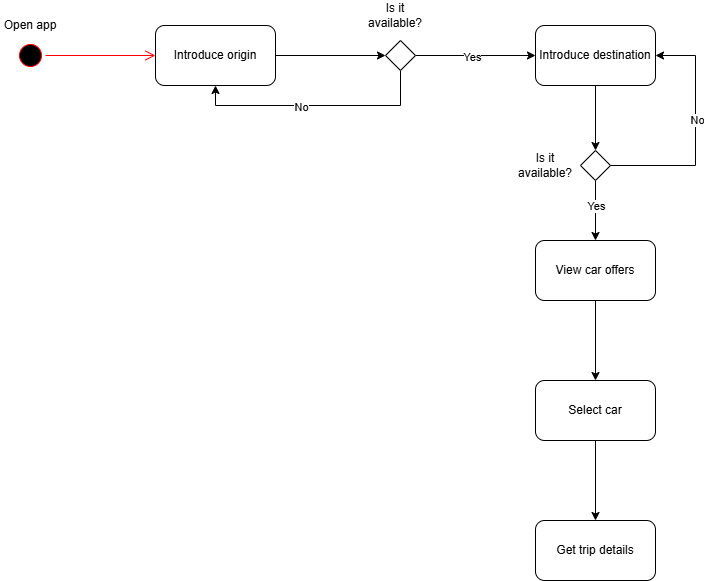
anderesor-star/pruebas keeps this draw.io diagram as pruebas/prueba8/Uber activity diagram.drawio.png. Above is the earlier version. Source tidied: cells renumbered, new cells last; positions are measured from the earlier drawing's top-left corner, leaving out a move shared by most shapes.
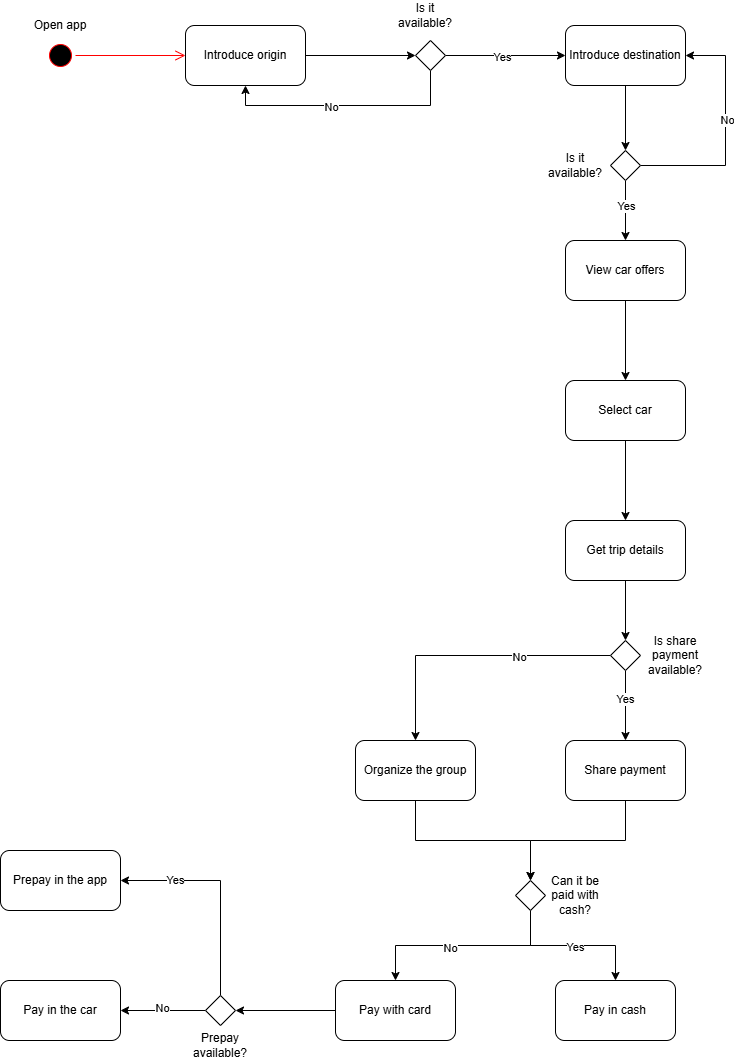
After the commit.

Change to the diagram source:
```diff
@@ -78,8 +78,92 @@
     <mxCell id="24" value="Select car" style="whiteSpace=wrap;html=1;rounded=1;" parent="1" vertex="1">
       <mxGeometry x="535" y="380" width="120" height="60" as="geometry" />
     </mxCell>
+    <mxCell id="26" style="edgeStyle=orthogonalEdgeStyle;rounded=0;jettySize=auto;html=1;exitX=0.5;exitY=1;exitDx=0;exitDy=0;entryX=0.5;entryY=0;entryDx=0;entryDy=0;" parent="1" edge="1" source="25" target="31">
+      <mxGeometry relative="1" as="geometry" />
+    </mxCell>
     <mxCell id="25" value="Get trip details" style="whiteSpace=wrap;html=1;rounded=1;" parent="1" vertex="1">
       <mxGeometry x="535" y="520" width="120" height="60" as="geometry" />
     </mxCell>
+    <mxCell id="27" style="edgeStyle=orthogonalEdgeStyle;rounded=0;jettySize=auto;html=1;exitX=0.5;exitY=1;exitDx=0;exitDy=0;entryX=0.5;entryY=0;entryDx=0;entryDy=0;" parent="1" edge="1" source="31" target="34">
+      <mxGeometry relative="1" as="geometry" />
+    </mxCell>
+    <mxCell id="28" value="Yes" style="edgeLabel;html=1;align=center;verticalAlign=middle;" parent="27" vertex="1">
+      <mxGeometry x="-0.2" y="-1" relative="1" as="geometry" />
+    </mxCell>
+    <mxCell id="29" style="edgeStyle=orthogonalEdgeStyle;rounded=0;jettySize=auto;html=1;exitX=0;exitY=0.5;exitDx=0;exitDy=0;entryX=0.5;entryY=0;entryDx=0;entryDy=0;" parent="1" edge="1" source="31" target="36">
+      <mxGeometry relative="1" as="geometry" />
+    </mxCell>
+    <mxCell id="30" value="No" style="edgeLabel;html=1;align=center;verticalAlign=middle;" parent="29" vertex="1">
+      <mxGeometry x="-0.34" y="1" relative="1" as="geometry" />
+    </mxCell>
+    <mxCell id="31" style="rhombus;whiteSpace=wrap;html=1;" parent="1" vertex="1">
+      <mxGeometry x="580" y="640" width="30" height="30" as="geometry" />
+    </mxCell>
+    <mxCell id="32" value="Is share payment available?" style="text;html=1;whiteSpace=wrap;strokeColor=none;fillColor=none;align=center;verticalAlign=middle;rounded=0;" parent="1" vertex="1">
+      <mxGeometry x="615" y="640" width="60" height="30" as="geometry" />
+    </mxCell>
+    <mxCell id="33" style="edgeStyle=orthogonalEdgeStyle;rounded=0;jettySize=auto;html=1;exitX=0.5;exitY=1;exitDx=0;exitDy=0;entryX=0.5;entryY=0;entryDx=0;entryDy=0;" parent="1" edge="1" source="34" target="41">
+      <mxGeometry relative="1" as="geometry" />
+    </mxCell>
+    <mxCell id="34" value="Share payment" style="rounded=1;whiteSpace=wrap;html=1;" parent="1" vertex="1">
+      <mxGeometry x="535" y="740" width="120" height="60" as="geometry" />
+    </mxCell>
+    <mxCell id="35" style="edgeStyle=orthogonalEdgeStyle;rounded=0;jettySize=auto;html=1;exitX=0.5;exitY=1;exitDx=0;exitDy=0;entryX=0.5;entryY=0;entryDx=0;entryDy=0;" parent="1" edge="1" source="36" target="41">
+      <mxGeometry relative="1" as="geometry" />
+    </mxCell>
+    <mxCell id="36" value="Organize the group" style="rounded=1;whiteSpace=wrap;html=1;" parent="1" vertex="1">
+      <mxGeometry x="325" y="740" width="120" height="60" as="geometry" />
+    </mxCell>
+    <mxCell id="37" style="edgeStyle=orthogonalEdgeStyle;rounded=0;jettySize=auto;html=1;exitX=0.5;exitY=1;exitDx=0;exitDy=0;entryX=0.5;entryY=0;entryDx=0;entryDy=0;" parent="1" edge="1" source="41" target="43">
+      <mxGeometry relative="1" as="geometry" />
+    </mxCell>
+    <mxCell id="38" value="Yes" style="edgeLabel;html=1;align=center;verticalAlign=middle;" parent="37" vertex="1">
+      <mxGeometry x="0.02" y="-1" relative="1" as="geometry" />
+    </mxCell>
+    <mxCell id="39" style="edgeStyle=orthogonalEdgeStyle;rounded=0;jettySize=auto;html=1;exitX=0.5;exitY=1;exitDx=0;exitDy=0;entryX=0.5;entryY=0;entryDx=0;entryDy=0;" parent="1" edge="1" source="41" target="45">
+      <mxGeometry relative="1" as="geometry" />
+    </mxCell>
+    <mxCell id="40" value="No" style="edgeLabel;html=1;align=center;verticalAlign=middle;" parent="39" vertex="1">
+      <mxGeometry x="0.14" y="2" relative="1" as="geometry" />
+    </mxCell>
+    <mxCell id="41" style="rhombus;whiteSpace=wrap;html=1;" parent="1" vertex="1">
+      <mxGeometry x="485" y="880" width="30" height="30" as="geometry" />
+    </mxCell>
+    <mxCell id="42" value="Can it be paid with cash?" style="text;html=1;whiteSpace=wrap;strokeColor=none;fillColor=none;align=center;verticalAlign=middle;rounded=0;" parent="1" vertex="1">
+      <mxGeometry x="515" y="880" width="60" height="30" as="geometry" />
+    </mxCell>
+    <mxCell id="43" value="Pay in cash" style="rounded=1;whiteSpace=wrap;html=1;" parent="1" vertex="1">
+      <mxGeometry x="525" y="980" width="120" height="60" as="geometry" />
+    </mxCell>
+    <mxCell id="44" style="edgeStyle=orthogonalEdgeStyle;rounded=0;jettySize=auto;html=1;exitX=0;exitY=0.5;exitDx=0;exitDy=0;entryX=1;entryY=0.5;entryDx=0;entryDy=0;" parent="1" edge="1" source="45" target="50">
+      <mxGeometry relative="1" as="geometry" />
+    </mxCell>
+    <mxCell id="45" value="Pay with card" style="rounded=1;whiteSpace=wrap;html=1;" parent="1" vertex="1">
+      <mxGeometry x="305" y="980" width="120" height="60" as="geometry" />
+    </mxCell>
+    <mxCell id="46" style="edgeStyle=orthogonalEdgeStyle;rounded=0;jettySize=auto;html=1;exitX=0;exitY=0.5;exitDx=0;exitDy=0;entryX=1;entryY=0.5;entryDx=0;entryDy=0;" parent="1" edge="1" source="50" target="52">
+      <mxGeometry relative="1" as="geometry" />
+    </mxCell>
+    <mxCell id="47" value="No" style="edgeLabel;html=1;align=center;verticalAlign=middle;" parent="46" vertex="1">
+      <mxGeometry x="0.03" y="-3" relative="1" as="geometry" />
+    </mxCell>
+    <mxCell id="48" style="edgeStyle=orthogonalEdgeStyle;rounded=0;jettySize=auto;html=1;exitX=0.5;exitY=0;exitDx=0;exitDy=0;entryX=1;entryY=0.5;entryDx=0;entryDy=0;" parent="1" edge="1" source="50" target="53">
+      <mxGeometry relative="1" as="geometry" />
+    </mxCell>
+    <mxCell id="49" value="Yes" style="edgeLabel;html=1;align=center;verticalAlign=middle;" parent="48" vertex="1">
+      <mxGeometry x="0.49" y="-1" relative="1" as="geometry" />
+    </mxCell>
+    <mxCell id="50" style="rhombus;whiteSpace=wrap;html=1;" parent="1" vertex="1">
+      <mxGeometry x="175" y="995" width="30" height="30" as="geometry" />
+    </mxCell>
+    <mxCell id="51" value="Prepay available?" style="text;html=1;whiteSpace=wrap;strokeColor=none;fillColor=none;align=center;verticalAlign=middle;rounded=0;" parent="1" vertex="1">
+      <mxGeometry x="160" y="1030" width="60" height="30" as="geometry" />
+    </mxCell>
+    <mxCell id="52" value="Pay in the car" style="rounded=1;whiteSpace=wrap;html=1;" parent="1" vertex="1">
+      <mxGeometry x="-30" y="980" width="120" height="60" as="geometry" />
+    </mxCell>
+    <mxCell id="53" value="Prepay in the app" style="rounded=1;whiteSpace=wrap;html=1;" parent="1" vertex="1">
+      <mxGeometry x="-30" y="850" width="120" height="60" as="geometry" />
+    </mxCell>
   </root>
 </mxGraphModel>
```
